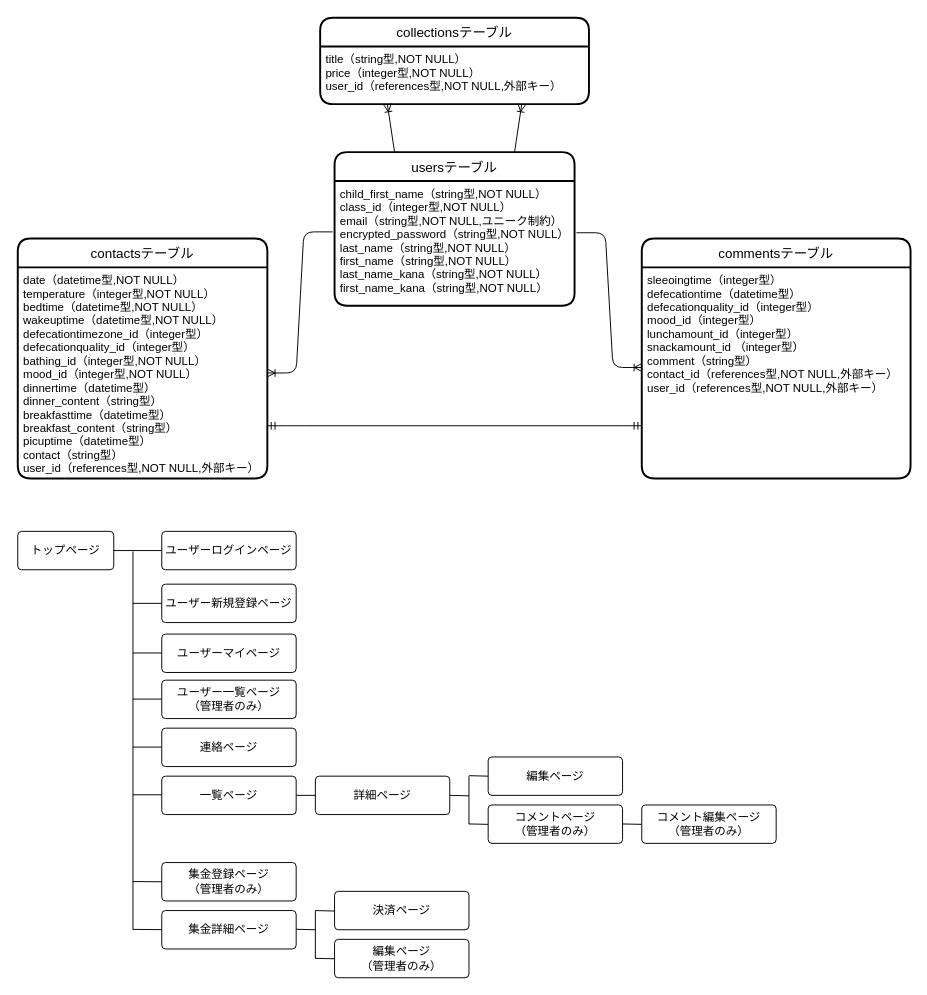
sugisanize/contact_book keeps this draw.io diagram as contact.dio. Above is the earlier version. Source tidied: cells renumbered, new cells numbered last; positions are measured from the earlier drawing's top-left corner, leaving out a move shared by most shapes. Both pictures are drawn from the tidied source at 96%, with x=0, y=0 at pixel (17, 17).
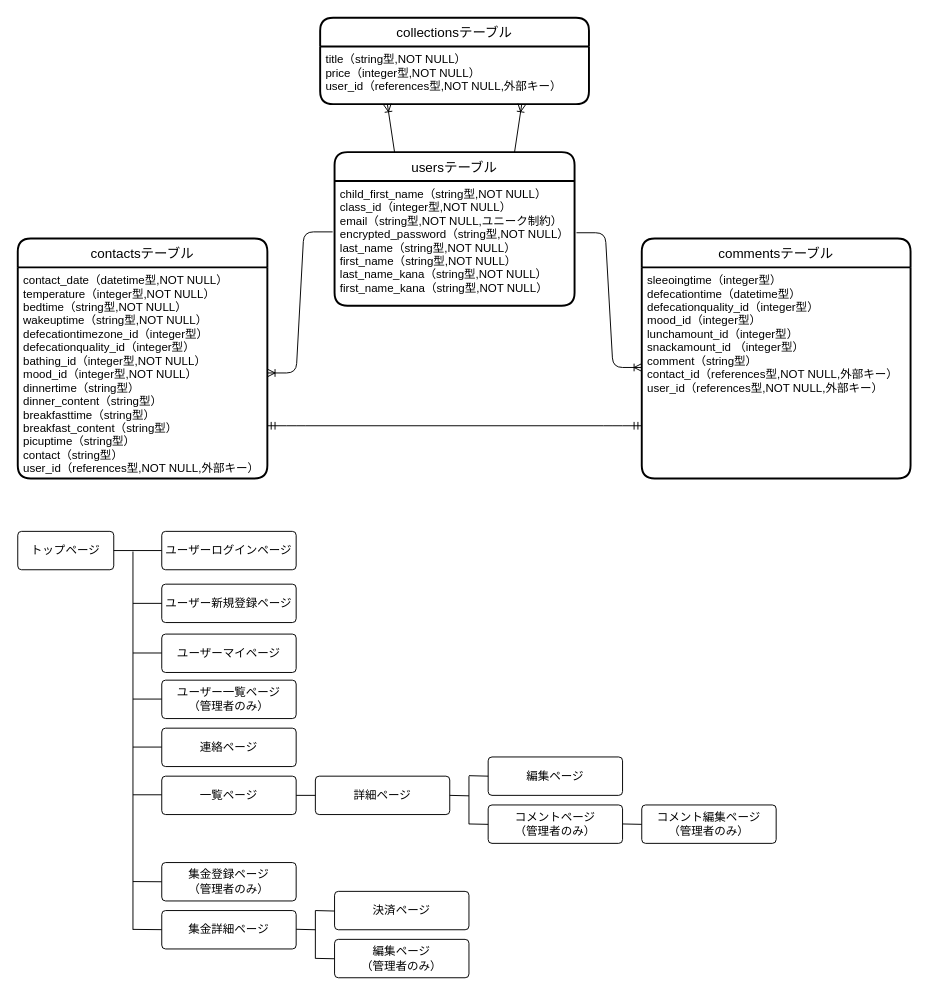
Above is the later version.

Unchanged cells that the change refers to:
```xml
<mxCell id="6" value="contactsテーブル" style="swimlane;horizontal=1;startSize=30;rounded=1;fontSize=14;fontStyle=0;strokeWidth=2;shadow=0;dashed=0;align=center;" parent="1" vertex="1">
  <mxGeometry y="230" width="260" height="250" as="geometry" />
</mxCell>
```

Change to the diagram source:
```diff
@@
-    <mxCell id="7" value="date（datetime型,NOT NULL）&#10;temperature（integer型,NOT NULL）&#10;bedtime（datetime型,NOT NULL）&#10;wakeuptime（datetime型,NOT NULL）&#10;defecationtimezone_id（integer型）&#10;defecationquality_id（integer型）&#10;bathing_id（integer型,NOT NULL）&#10;mood_id（integer型,NOT NULL）&#10;dinnertime（datetime型）&#10;dinner_content（string型）&#10;breakfasttime（datetime型）&#10;breakfast_content（string型）&#10;picuptime（datetime型）&#10;contact（string型）&#10;user_id（references型,NOT NULL,外部キー）" style="align=left;strokeColor=none;fillColor=none;spacingLeft=4;fontSize=12;verticalAlign=top;" parent="6" vertex="1">
+    <mxCell id="7" value="contact_date（datetime型,NOT NULL）&#10;temperature（integer型,NOT NULL）&#10;bedtime（string型,NOT NULL）&#10;wakeuptime（string型,NOT NULL）&#10;defecationtimezone_id（integer型）&#10;defecationquality_id（integer型）&#10;bathing_id（integer型,NOT NULL）&#10;mood_id（integer型,NOT NULL）&#10;dinnertime（string型）&#10;dinner_content（string型）&#10;breakfasttime（string型）&#10;breakfast_content（string型）&#10;picuptime（string型）&#10;contact（string型）&#10;user_id（references型,NOT NULL,外部キー）" style="align=left;strokeColor=none;fillColor=none;spacingLeft=4;fontSize=12;verticalAlign=top;" parent="6" vertex="1">
       <mxGeometry y="30" width="260" height="220" as="geometry" />
     </mxCell>
```
